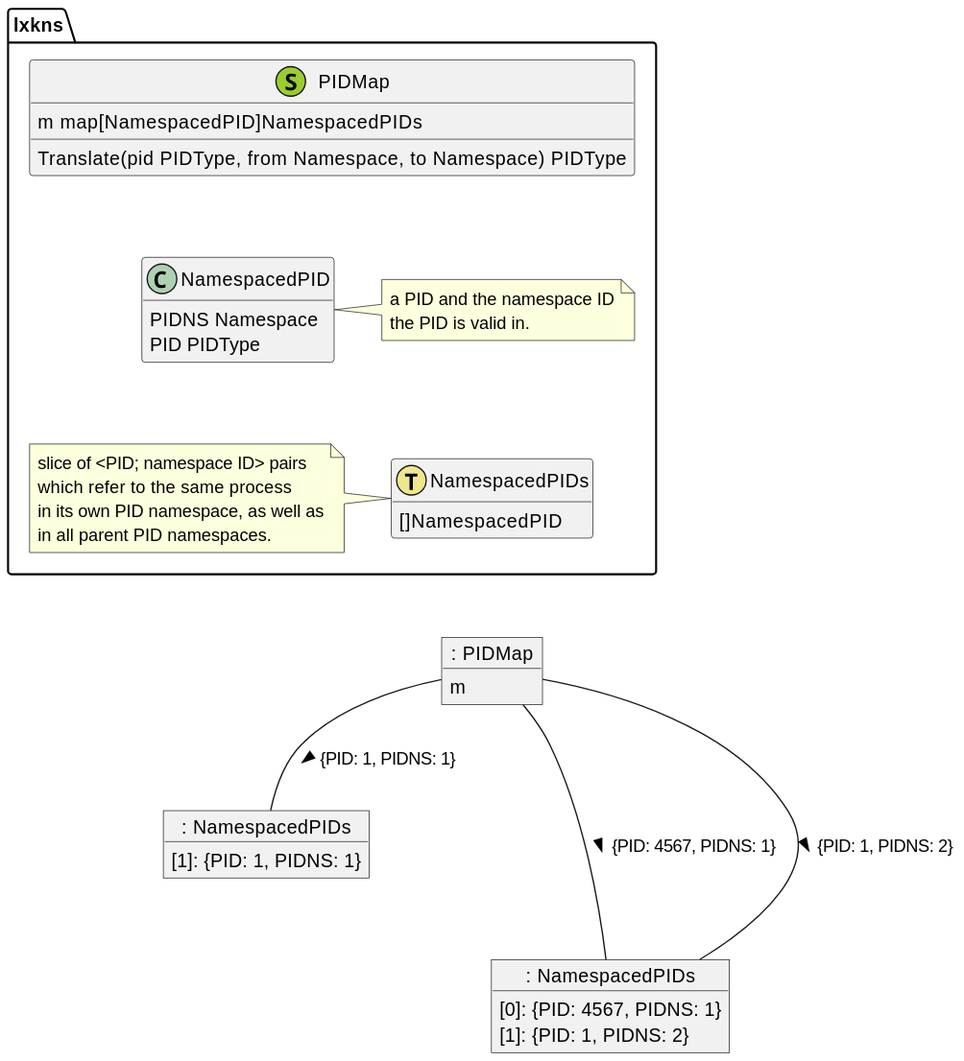
Above: docs/_images/pid-map.svg in thediveo/lxkns (PlantUML), before the change.
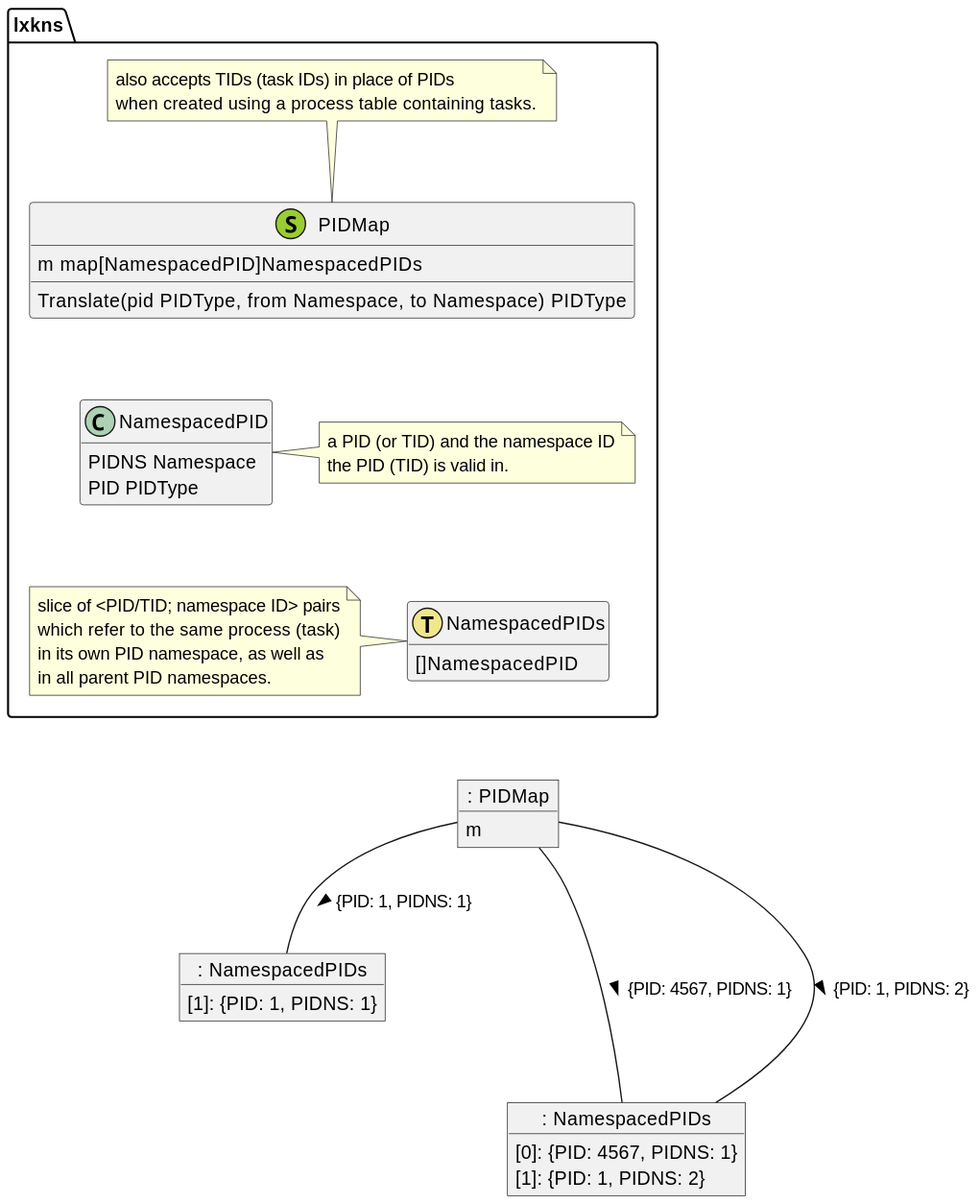
Later version of the same file.

The edit, as a diff of the source:
```diff
@@ -9,6 +9,10 @@
   m map[NamespacedPID]NamespacedPIDs
   Translate(pid PIDType, from Namespace, to Namespace) PIDType
 }
+note top {
+    also accepts TIDs (task IDs) in place of PIDs
+    when created using a process table containing tasks.
+}
 
 PIDMap -[hidden]- NamespacedPID
 PIDMap -[hidden]-- NamespacedPIDs
@@ -17,8 +21,8 @@
     []NamespacedPID
 }
 note left {
-    slice of <PID; namespace ID> pairs
-    which refer to the same process
+    slice of <PID/TID; namespace ID> pairs
+    which refer to the same process (task)
     in its own PID namespace, as well as
     in all parent PID namespaces.
 }
@@ -27,7 +31,7 @@
   PIDNS Namespace
   PID PIDType
 }
-note right: a PID and the namespace ID\nthe PID is valid in.
+note right: a PID (or TID) and the namespace ID\nthe PID (TID) is valid in.
 
 }
 
```
